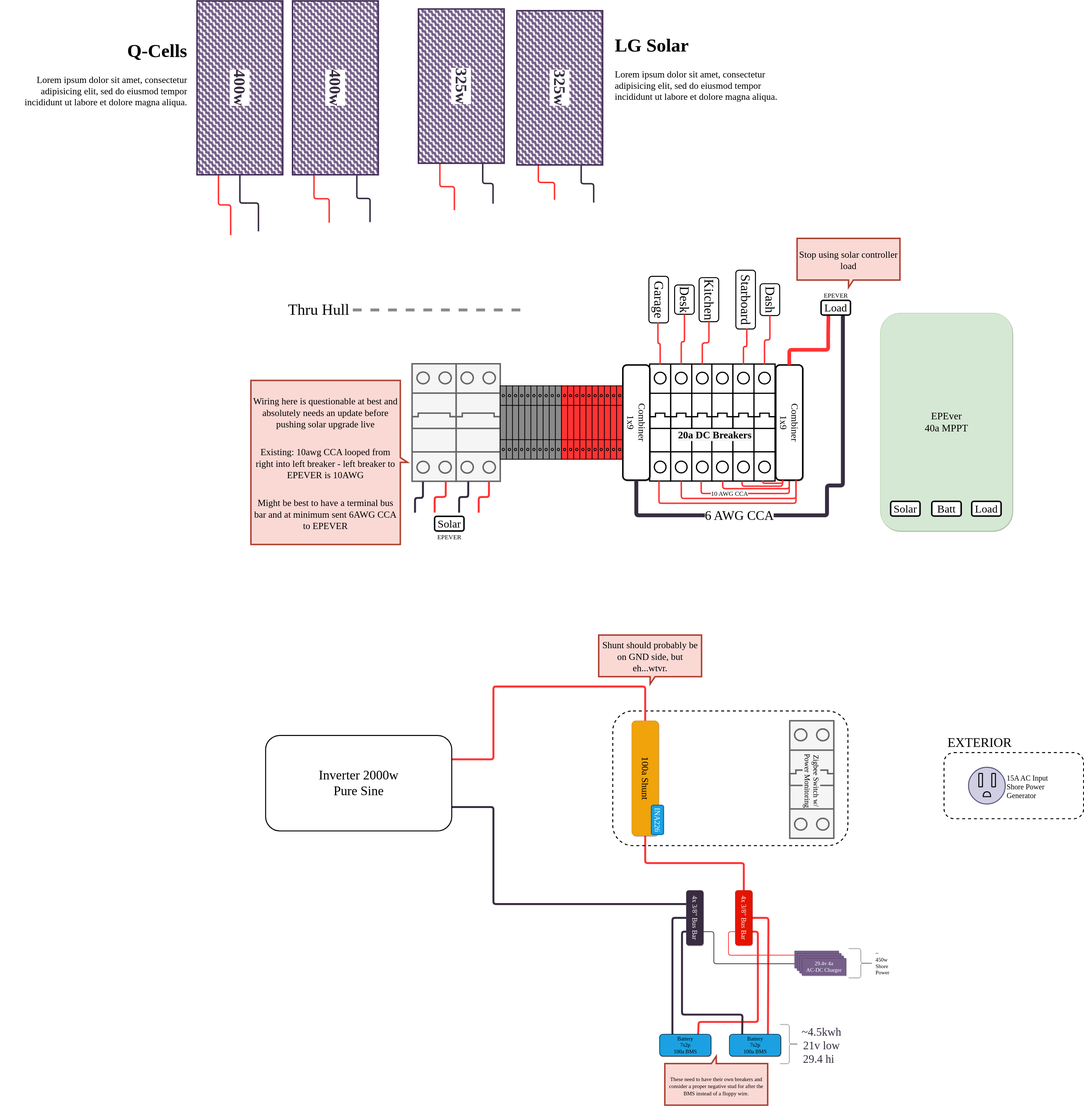
This is gary-bussy-electrical.drawio.svg from clomads/gary-bussy, a draw.io export, as it was before one commit. Source tidied: cells renumbered, new cells last; positions are measured from the earlier drawing's top-left corner, leaving out a move shared by most shapes.
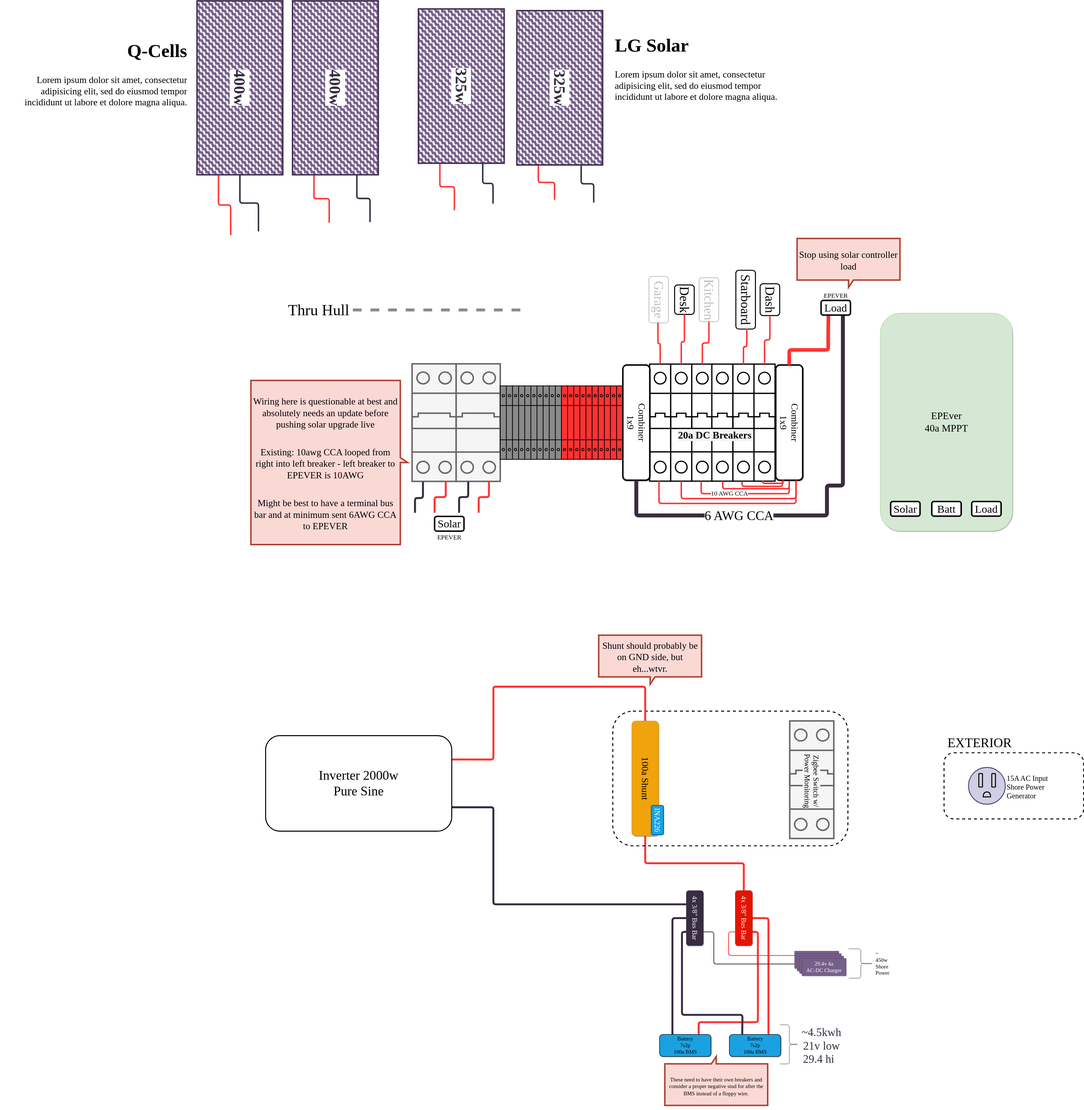
Later version of the same file.

Commit message:
set garage and kitchen net flags to gray to note that they aren't connected atm

What changed in the source:
```diff
@@ -174,10 +174,10 @@
     <mxCell id="41" style="edgeStyle=orthogonalEdgeStyle;shape=connector;rounded=1;jettySize=auto;html=1;labelBackgroundColor=default;strokeColor=#FF3333;strokeWidth=6;fontFamily=League Spartan;fontSource=https%3A%2F%2Ffonts.googleapis.com%2Fcss%3Ffamily%3DLeague%2BSpartan;fontSize=53;fontColor=default;endArrow=none;endFill=0;" parent="19" edge="1" source="31" target="40">
       <mxGeometry relative="1" as="geometry" />
     </mxCell>
-    <mxCell id="42" value="Kitchen" style="text;html=1;align=center;verticalAlign=middle;points=[];fontSize=53;fontFamily=League Spartan;rotation=90;strokeColor=default;rounded=1;fillColor=default;strokeWidth=4;" parent="19" vertex="1">
+    <mxCell id="42" value="Kitchen" style="text;html=1;align=center;verticalAlign=middle;points=[];fontSize=53;fontFamily=League Spartan;rotation=90;strokeColor=default;rounded=1;fillColor=default;strokeWidth=4;opacity=20;textOpacity=25;" parent="19" vertex="1">
       <mxGeometry x="1122" y="-22" width="180" height="80" as="geometry" />
     </mxCell>
-    <mxCell id="43" value="Garage" style="text;html=1;align=center;verticalAlign=middle;points=[];fontSize=53;fontFamily=League Spartan;rotation=90;strokeColor=default;rounded=1;fillColor=default;strokeWidth=4;" parent="19" vertex="1">
+    <mxCell id="43" value="Garage" style="text;html=1;align=center;verticalAlign=middle;points=[];fontSize=53;fontFamily=League Spartan;rotation=90;strokeColor=default;rounded=1;fillColor=default;strokeWidth=4;opacity=20;textOpacity=25;" parent="19" vertex="1">
       <mxGeometry x="912" y="-22" width="190" height="80" as="geometry" />
     </mxCell>
     <mxCell id="44" style="edgeStyle=orthogonalEdgeStyle;shape=connector;rounded=1;jettySize=auto;html=1;entryX=0.992;entryY=0.539;entryDx=0;entryDy=0;entryPerimeter=0;labelBackgroundColor=default;strokeColor=#FF3333;strokeWidth=6;fontFamily=League Spartan;fontSource=https%3A%2F%2Ffonts.googleapis.com%2Fcss%3Ffamily%3DLeague%2BSpartan;fontSize=53;fontColor=default;endArrow=none;endFill=0;" parent="19" edge="1" source="25" target="43">
```
